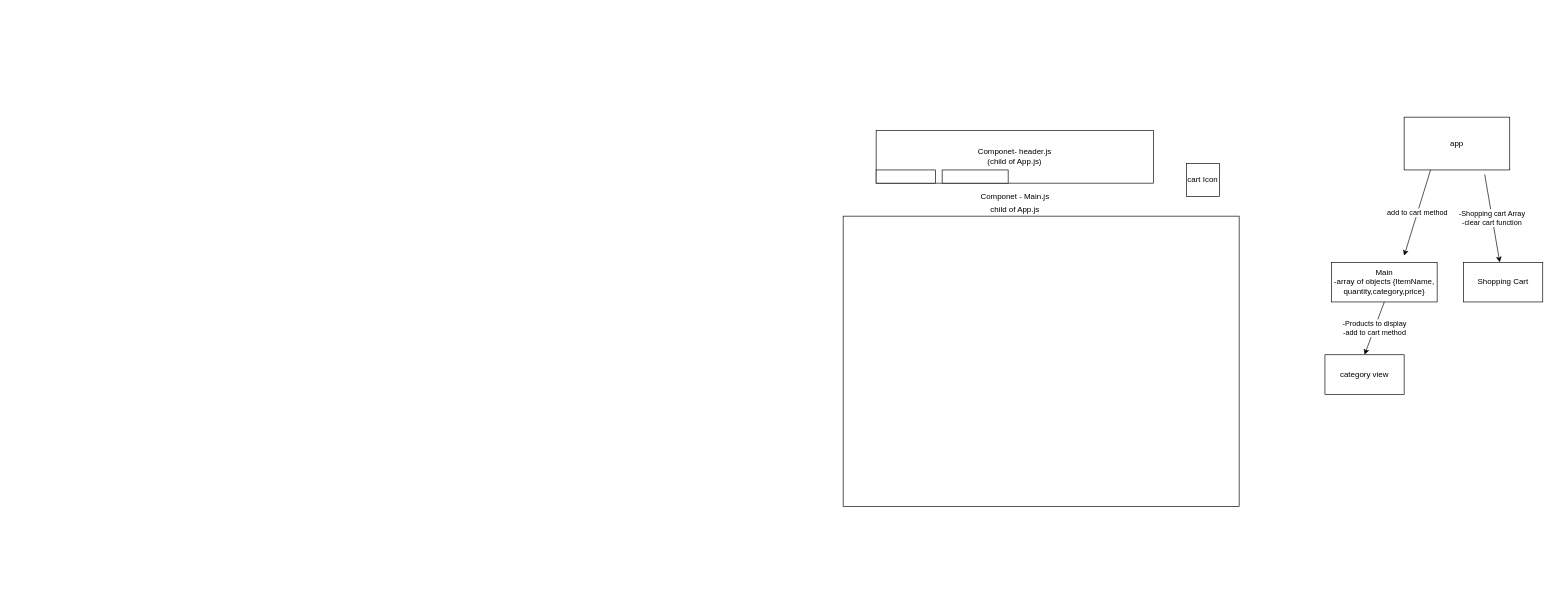
The draw.io diagram Diagram.drawio in Coltthatcher/merch-site, before the edit. Source tidied: cells renumbered, new cells numbered last; positions are measured from the earlier drawing's top-left corner, leaving out a move shared by most shapes. Both pictures are drawn from the tidied source at 66%, with x=0, y=0 at pixel (843, 117).
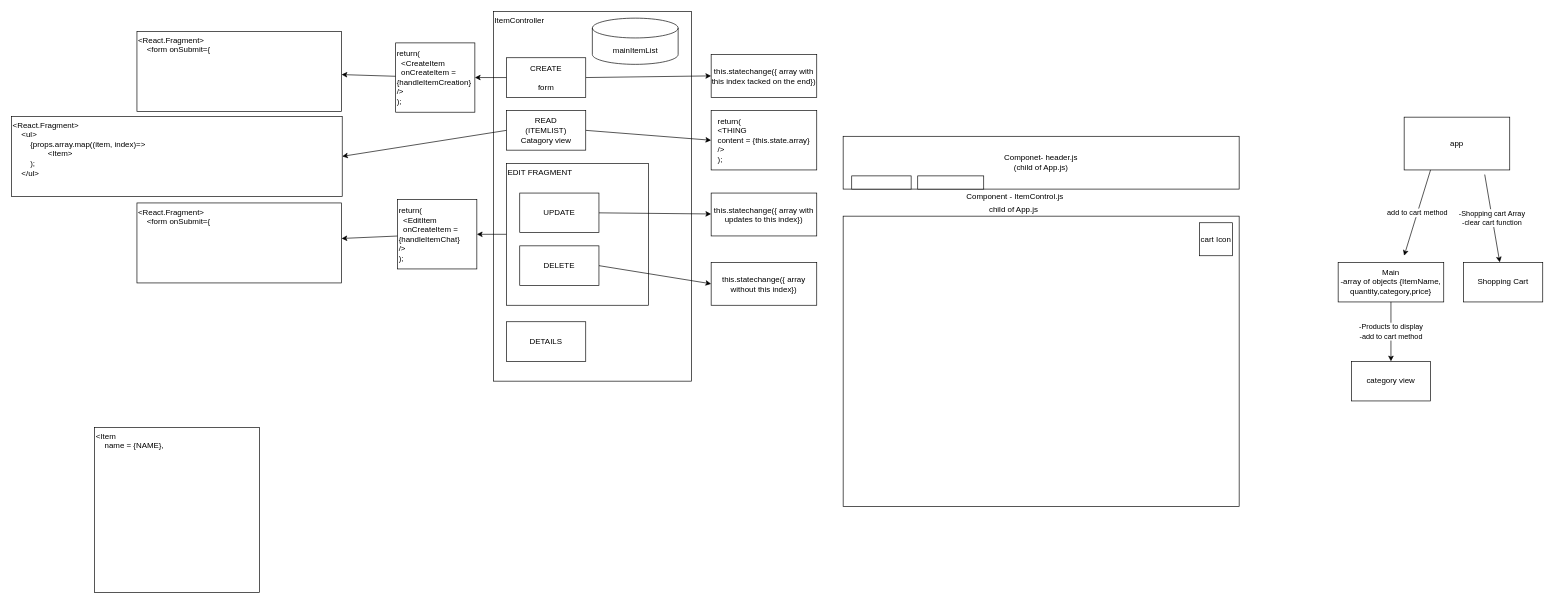
Above is the later version.

The edit, as a diff of the source:
```diff
@@
+    <mxCell id="20" value="ItemController" style="rounded=0;whiteSpace=wrap;html=1;verticalAlign=top;align=left;" parent="1" vertex="1">
+      <mxGeometry x="-530" y="-160" width="300" height="560" as="geometry" />
+    </mxCell>
@@
     <mxCell id="5" value="Componet- header.js&lt;br&gt;(child of App.js)" style="rounded=0;whiteSpace=wrap;html=1;" parent="1" vertex="1">
-      <mxGeometry x="50" y="20" width="420" height="80" as="geometry" />
+      <mxGeometry y="29" width="600" height="80" as="geometry" />
     </mxCell>
     <mxCell id="6" style="rounded=0;whiteSpace=wrap;html=1;" parent="1" vertex="1">
-      <mxGeometry x="50" y="80" width="90" height="20" as="geometry" />
+      <mxGeometry x="13" y="89" width="90" height="20" as="geometry" />
     </mxCell>
     <mxCell id="7" style="rounded=0;whiteSpace=wrap;html=1;" parent="1" vertex="1">
-      <mxGeometry x="150" y="80" width="100" height="20" as="geometry" />
+      <mxGeometry x="113" y="89" width="100" height="20" as="geometry" />
     </mxCell>
@@
-    <mxCell id="10" value="Componet - Main.js" style="text;html=1;align=center;verticalAlign=middle;strokeColor=none;fillColor=none;" parent="1" vertex="1">
-      <mxGeometry x="200" y="110" width="120" height="20" as="geometry" />
+    <mxCell id="10" value="Component - ItemControl.js" style="text;html=1;align=center;verticalAlign=middle;strokeColor=none;fillColor=none;" parent="1" vertex="1">
+      <mxGeometry x="180" y="110" width="160" height="20" as="geometry" />
     </mxCell>
     <mxCell id="11" value="child of App.js&lt;br&gt;" style="text;html=1;align=center;verticalAlign=middle;strokeColor=none;fillColor=none;" parent="1" vertex="1">
-      <mxGeometry x="215" y="130" width="90" height="20" as="geometry" />
+      <mxGeometry x="213" y="130" width="90" height="20" as="geometry" />
     </mxCell>
     <mxCell id="12" value="cart Icon" style="whiteSpace=wrap;html=1;" parent="1" vertex="1">
-      <mxGeometry x="520" y="70" width="50" height="50" as="geometry" />
+      <mxGeometry x="540" y="160" width="50" height="50" as="geometry" />
     </mxCell>
@@
     <mxCell id="14" value="Main&lt;br&gt;-array of objects {ItemName, quantity,category,price}" style="rounded=0;whiteSpace=wrap;html=1;" parent="1" vertex="1">
-      <mxGeometry x="740" y="220" width="160" height="60" as="geometry" />
+      <mxGeometry x="750" y="220" width="160" height="60" as="geometry" />
     </mxCell>
@@
     <mxCell id="18" value="category view" style="rounded=0;whiteSpace=wrap;html=1;" parent="1" vertex="1">
-      <mxGeometry x="730" y="360" width="120" height="60" as="geometry" />
+      <mxGeometry x="770" y="370" width="120" height="60" as="geometry" />
     </mxCell>
@@
+    <mxCell id="21" style="edgeStyle=none;html=1;exitX=1;exitY=0.5;exitDx=0;exitDy=0;entryX=0;entryY=0.5;entryDx=0;entryDy=0;" parent="1" edge="1" source="23" target="35">
+      <mxGeometry relative="1" as="geometry" />
+    </mxCell>
+    <mxCell id="22" style="edgeStyle=none;html=1;" parent="1" edge="1" source="23" target="38">
+      <mxGeometry relative="1" as="geometry" />
+    </mxCell>
+    <mxCell id="23" value="CREATE&lt;br&gt;&lt;br&gt;form" style="rounded=0;whiteSpace=wrap;html=1;" parent="1" vertex="1">
+      <mxGeometry x="-510" y="-90" width="120" height="60" as="geometry" />
+    </mxCell>
+    <mxCell id="24" style="edgeStyle=none;html=1;exitX=0;exitY=0.5;exitDx=0;exitDy=0;entryX=1;entryY=0.5;entryDx=0;entryDy=0;" parent="1" edge="1" source="25" target="40">
+      <mxGeometry relative="1" as="geometry" />
+    </mxCell>
+    <mxCell id="25" value="EDIT FRAGMENT" style="whiteSpace=wrap;html=1;align=left;verticalAlign=top;" parent="1" vertex="1">
+      <mxGeometry x="-510" y="70" width="215" height="215" as="geometry" />
+    </mxCell>
+    <mxCell id="26" style="edgeStyle=none;html=1;exitX=1;exitY=0.5;exitDx=0;exitDy=0;" parent="1" edge="1" source="27" target="34">
+      <mxGeometry relative="1" as="geometry" />
+    </mxCell>
+    <mxCell id="27" value="UPDATE" style="rounded=0;whiteSpace=wrap;html=1;" parent="1" vertex="1">
+      <mxGeometry x="-490" y="115" width="120" height="60" as="geometry" />
+    </mxCell>
+    <mxCell id="28" style="edgeStyle=none;html=1;exitX=1;exitY=0.5;exitDx=0;exitDy=0;entryX=0;entryY=0.5;entryDx=0;entryDy=0;" parent="1" edge="1" source="30" target="36">
+      <mxGeometry relative="1" as="geometry" />
+    </mxCell>
+    <mxCell id="29" style="edgeStyle=none;html=1;exitX=0;exitY=0.5;exitDx=0;exitDy=0;entryX=1;entryY=0.5;entryDx=0;entryDy=0;" parent="1" edge="1" source="30" target="44">
+      <mxGeometry relative="1" as="geometry" />
+    </mxCell>
+    <mxCell id="30" value="READ&lt;br&gt;(ITEMLIST)&lt;br&gt;Catagory view" style="rounded=0;whiteSpace=wrap;html=1;" parent="1" vertex="1">
+      <mxGeometry x="-510" y="-10" width="120" height="60" as="geometry" />
+    </mxCell>
+    <mxCell id="31" style="edgeStyle=none;html=1;exitX=1;exitY=0.5;exitDx=0;exitDy=0;entryX=0;entryY=0.5;entryDx=0;entryDy=0;" parent="1" edge="1" source="32" target="33">
+      <mxGeometry relative="1" as="geometry" />
+    </mxCell>
+    <mxCell id="32" value="DELETE" style="rounded=0;whiteSpace=wrap;html=1;" parent="1" vertex="1">
+      <mxGeometry x="-490" y="195" width="120" height="60" as="geometry" />
+    </mxCell>
+    <mxCell id="33" value="this.statechange({ array without this index})" style="rounded=0;whiteSpace=wrap;html=1;" parent="1" vertex="1">
+      <mxGeometry x="-200" y="220" width="160" height="65" as="geometry" />
+    </mxCell>
+    <mxCell id="34" value="this.statechange({ array with updates to this index})" style="rounded=0;whiteSpace=wrap;html=1;" parent="1" vertex="1">
+      <mxGeometry x="-200" y="115" width="160" height="65" as="geometry" />
+    </mxCell>
+    <mxCell id="35" value="this.statechange({ array with this index tacked on the end})" style="rounded=0;whiteSpace=wrap;html=1;" parent="1" vertex="1">
+      <mxGeometry x="-200" y="-95" width="160" height="65" as="geometry" />
+    </mxCell>
+    <mxCell id="36" value="&lt;div style=&quot;text-align: left&quot;&gt;&lt;span&gt;return(&lt;/span&gt;&lt;/div&gt;&lt;div style=&quot;text-align: left&quot;&gt;&lt;span&gt;&amp;lt;THING&amp;nbsp;&lt;/span&gt;&lt;/div&gt;&lt;div style=&quot;text-align: left&quot;&gt;&lt;span&gt;content = {this.state.array}&lt;/span&gt;&lt;/div&gt;&lt;div style=&quot;text-align: left&quot;&gt;&lt;span&gt;/&amp;gt;&lt;/span&gt;&lt;/div&gt;&lt;div style=&quot;text-align: left&quot;&gt;&lt;span&gt;);&lt;/span&gt;&lt;/div&gt;" style="rounded=0;whiteSpace=wrap;html=1;" parent="1" vertex="1">
+      <mxGeometry x="-200" y="-10" width="160" height="90" as="geometry" />
+    </mxCell>
+    <mxCell id="37" style="edgeStyle=none;html=1;" parent="1" edge="1" source="38" target="41">
+      <mxGeometry relative="1" as="geometry" />
+    </mxCell>
+    <mxCell id="38" value="return(&lt;br&gt;&lt;blockquote style=&quot;margin: 0 0 0 40px ; border: none ; padding: 0px&quot;&gt;&lt;/blockquote&gt;&amp;nbsp; &amp;lt;CreateItem&lt;br&gt;&lt;blockquote style=&quot;margin: 0 0 0 40px ; border: none ; padding: 0px&quot;&gt;&lt;/blockquote&gt;&amp;nbsp; onCreateItem =&amp;nbsp; &amp;nbsp; &amp;nbsp; {handleItemCreation}&lt;br&gt;&lt;div&gt;&lt;span&gt;/&amp;gt;&lt;/span&gt;&lt;/div&gt;&lt;div&gt;&lt;span&gt;);&lt;/span&gt;&lt;/div&gt;" style="rounded=0;whiteSpace=wrap;html=1;align=left;" parent="1" vertex="1">
+      <mxGeometry x="-678" y="-112.5" width="120" height="105" as="geometry" />
+    </mxCell>
+    <mxCell id="39" style="edgeStyle=none;html=1;" parent="1" edge="1" source="40" target="45">
+      <mxGeometry relative="1" as="geometry" />
+    </mxCell>
+    <mxCell id="40" value="return(&lt;br&gt;&lt;blockquote style=&quot;margin: 0 0 0 40px ; border: none ; padding: 0px&quot;&gt;&lt;/blockquote&gt;&amp;nbsp; &amp;lt;EditItem&lt;br&gt;&lt;blockquote style=&quot;margin: 0 0 0 40px ; border: none ; padding: 0px&quot;&gt;&lt;/blockquote&gt;&amp;nbsp; onCreateItem =&amp;nbsp; &amp;nbsp; &amp;nbsp; {handleItemChat}&lt;br&gt;&lt;div&gt;&lt;span&gt;/&amp;gt;&lt;/span&gt;&lt;/div&gt;&lt;div&gt;&lt;span&gt;);&lt;/span&gt;&lt;/div&gt;" style="rounded=0;whiteSpace=wrap;html=1;align=left;" parent="1" vertex="1">
+      <mxGeometry x="-675" y="125" width="120" height="105" as="geometry" />
+    </mxCell>
+    <mxCell id="41" value="&amp;lt;React.Fragment&amp;gt;&lt;br&gt;&amp;nbsp; &amp;nbsp; &amp;lt;form onSubmit={" style="rounded=0;whiteSpace=wrap;html=1;align=left;verticalAlign=top;" parent="1" vertex="1">
+      <mxGeometry x="-1070" y="-130" width="310" height="121.2" as="geometry" />
+    </mxCell>
+    <mxCell id="42" style="shape=cylinder3;whiteSpace=wrap;html=1;boundedLbl=1;backgroundOutline=1;size=15;" parent="1" vertex="1">
+      <mxGeometry x="-380" y="-150" width="130" height="70" as="geometry" />
+    </mxCell>
+    <mxCell id="43" value="mainItemList" style="text;html=1;align=center;verticalAlign=middle;fillColor=none;strokeColor=none;rounded=0;" parent="1" vertex="1">
+      <mxGeometry x="-355" y="-110" width="80" height="20" as="geometry" />
+    </mxCell>
+    <mxCell id="44" value="&amp;lt;React.Fragment&amp;gt;&lt;br&gt;&amp;nbsp; &amp;nbsp; &amp;lt;ul&amp;gt;&lt;br&gt;&amp;nbsp; &amp;nbsp; &amp;nbsp; &amp;nbsp; {props.array.map((item, index)=&amp;gt;&lt;br&gt;&lt;span style=&quot;white-space: pre&quot;&gt;&#9;&lt;/span&gt;&lt;span style=&quot;white-space: pre&quot;&gt;&#9;&lt;/span&gt;&amp;lt;Item&amp;gt;&lt;br&gt;&amp;nbsp; &amp;nbsp; &amp;nbsp; &amp;nbsp; );&lt;br&gt;&amp;nbsp; &amp;nbsp; &amp;lt;/ul&amp;gt;" style="rounded=0;whiteSpace=wrap;html=1;align=left;verticalAlign=top;" parent="1" vertex="1">
+      <mxGeometry x="-1260" y="-1.2" width="501" height="121.2" as="geometry" />
+    </mxCell>
+    <mxCell id="45" value="&amp;lt;React.Fragment&amp;gt;&lt;br&gt;&amp;nbsp; &amp;nbsp; &amp;lt;form onSubmit={" style="rounded=0;whiteSpace=wrap;html=1;align=left;verticalAlign=top;" parent="1" vertex="1">
+      <mxGeometry x="-1070" y="130" width="310" height="121.2" as="geometry" />
+    </mxCell>
+    <mxCell id="46" value="DETAILS" style="rounded=0;whiteSpace=wrap;html=1;" parent="1" vertex="1">
+      <mxGeometry x="-510" y="310" width="120" height="60" as="geometry" />
+    </mxCell>
+    <mxCell id="47" value="&amp;lt;Item&lt;br&gt;&amp;nbsp; &amp;nbsp; name = {NAME},&lt;br&gt;&amp;nbsp; &amp;nbsp;&amp;nbsp;" style="rounded=0;whiteSpace=wrap;html=1;align=left;verticalAlign=top;" parent="1" vertex="1">
+      <mxGeometry x="-1134.5" y="470" width="250" height="250" as="geometry" />
+    </mxCell>
```
